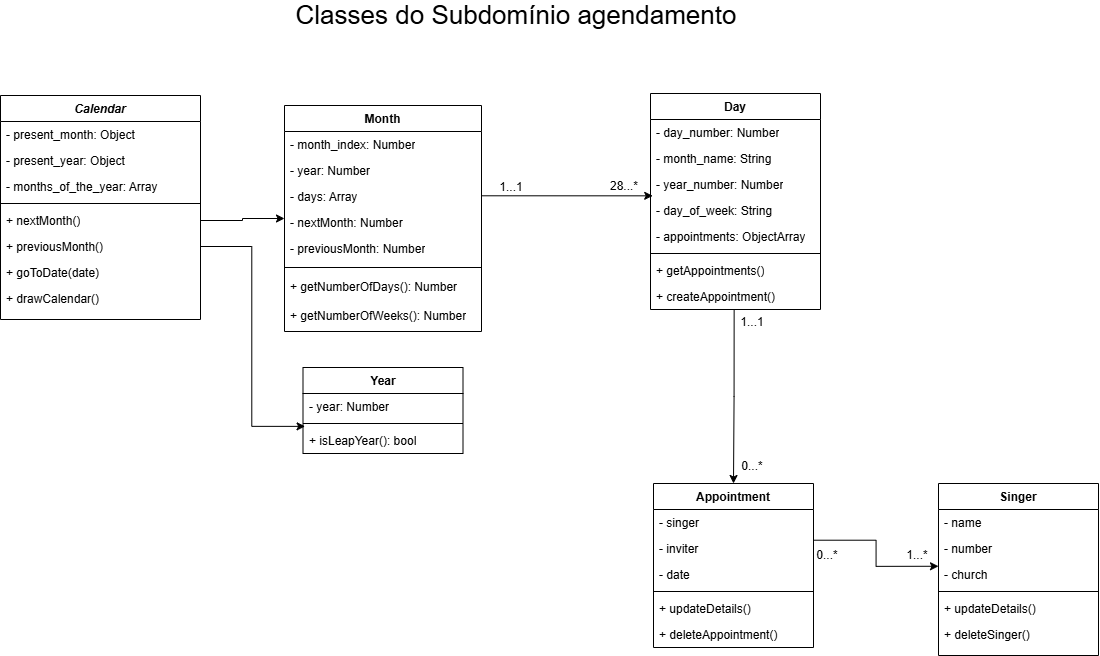
The draw.io diagram ClassDiagram.png in Gabriel7ven/modeling_calendar, before a commit. Source tidied: cells renumbered, new cells last; positions are measured from the earlier drawing's top-left corner, leaving out a move shared by most shapes.
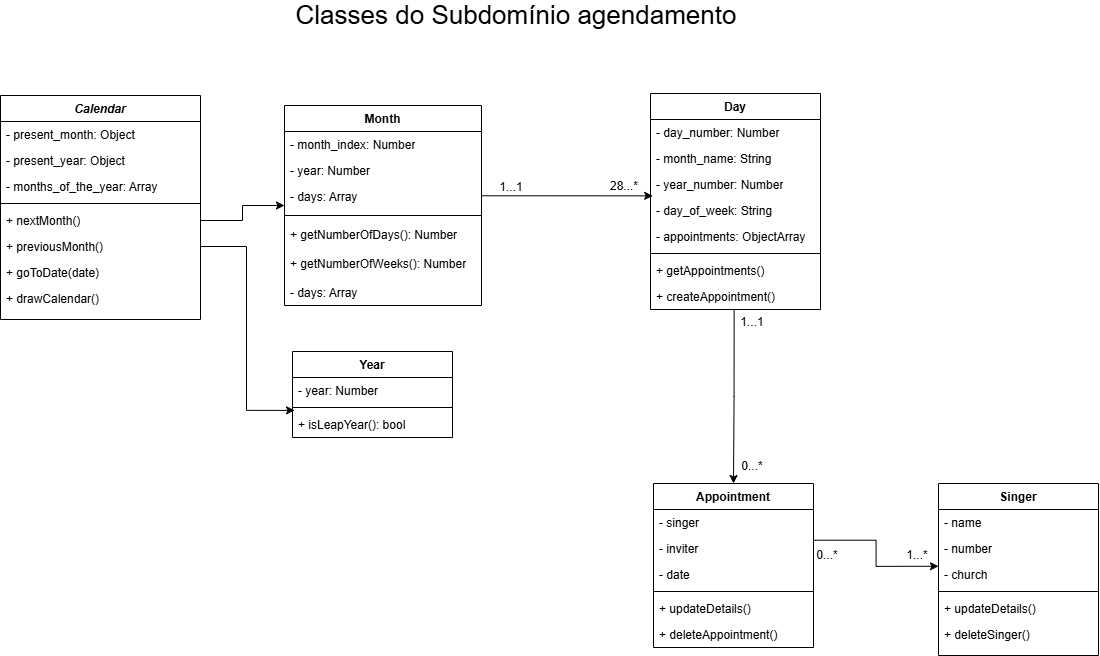
The same diagram one commit later.

Change to the diagram source:
```diff
@@ -6,7 +6,7 @@
       <mxGeometry x="178" width="676" height="30" as="geometry" />
     </mxCell>
     <mxCell id="3" value="Month" style="swimlane;fontStyle=1;align=center;verticalAlign=top;horizontal=1;startSize=26;whiteSpace=wrap;html=1;" parent="1" vertex="1">
-      <mxGeometry x="284" y="105" width="197" height="226" as="geometry" />
+      <mxGeometry x="284" y="105" width="197" height="200" as="geometry" />
     </mxCell>
     <mxCell id="4" value="- month_index: Number" style="text;strokeColor=none;fillColor=none;align=left;verticalAlign=top;spacingLeft=4;spacingRight=4;overflow=hidden;whiteSpace=wrap;html=1;" parent="3" vertex="1">
       <mxGeometry y="26" width="197" height="26" as="geometry" />
@@ -17,21 +17,18 @@
     <mxCell id="6" value="- days: Array" style="text;strokeColor=none;fillColor=none;align=left;verticalAlign=top;spacingLeft=4;spacingRight=4;overflow=hidden;whiteSpace=wrap;html=1;" parent="3" vertex="1">
       <mxGeometry y="78" width="197" height="26" as="geometry" />
     </mxCell>
-    <mxCell id="7" value="- nextMonth: Number" style="text;strokeColor=none;fillColor=none;align=left;verticalAlign=top;spacingLeft=4;spacingRight=4;overflow=hidden;whiteSpace=wrap;html=1;" parent="3" vertex="1">
-      <mxGeometry y="104" width="197" height="26" as="geometry" />
-    </mxCell>
-    <mxCell id="8" value="- previousMonth: Number" style="text;strokeColor=none;fillColor=none;align=left;verticalAlign=top;spacingLeft=4;spacingRight=4;overflow=hidden;whiteSpace=wrap;html=1;" parent="3" vertex="1">
-      <mxGeometry y="130" width="197" height="26" as="geometry" />
-    </mxCell>
     <mxCell id="9" style="line;strokeWidth=1;fillColor=none;align=left;verticalAlign=middle;spacingTop=-1;spacingLeft=3;spacingRight=3;labelPosition=right;strokeColor=inherit;" parent="3" vertex="1">
-      <mxGeometry y="156" width="197" height="12" as="geometry" />
+      <mxGeometry y="104" width="197" height="12" as="geometry" />
     </mxCell>
     <mxCell id="10" value="+ getNumberOfDays(): Number" style="text;strokeColor=none;fillColor=none;align=left;verticalAlign=top;spacingLeft=4;spacingRight=4;overflow=hidden;whiteSpace=wrap;html=1;" parent="3" vertex="1">
-      <mxGeometry y="168" width="197" height="29" as="geometry" />
+      <mxGeometry y="116" width="197" height="29" as="geometry" />
     </mxCell>
     <mxCell id="11" value="+ getNumberOfWeeks(): Number" style="text;strokeColor=none;fillColor=none;align=left;verticalAlign=top;spacingLeft=4;spacingRight=4;overflow=hidden;whiteSpace=wrap;html=1;" parent="3" vertex="1">
-      <mxGeometry y="197" width="197" height="29" as="geometry" />
+      <mxGeometry y="145" width="197" height="29" as="geometry" />
     </mxCell>
+    <mxCell id="8" value="- days: Array" style="text;strokeColor=none;fillColor=none;align=left;verticalAlign=top;spacingLeft=4;spacingRight=4;overflow=hidden;whiteSpace=wrap;html=1;" parent="3" vertex="1">
+      <mxGeometry y="174" width="197" height="26" as="geometry" />
+    </mxCell>
     <mxCell id="12" value="Day" style="swimlane;fontStyle=1;align=center;verticalAlign=top;horizontal=1;startSize=26;whiteSpace=wrap;html=1;" parent="1" vertex="1">
       <mxGeometry x="650" y="93" width="170" height="216" as="geometry" />
     </mxCell>
@@ -161,7 +158,7 @@
       <mxGeometry relative="1" as="geometry" />
     </mxCell>
     <mxCell id="54" value="Year" style="swimlane;fontStyle=1;align=center;verticalAlign=top;horizontal=1;startSize=26;whiteSpace=wrap;html=1;" parent="1" vertex="1">
-      <mxGeometry x="302.5" y="367" width="160" height="86" as="geometry" />
+      <mxGeometry x="292" y="351" width="160" height="86" as="geometry" />
     </mxCell>
     <mxCell id="55" value="- year: Number" style="text;strokeColor=none;fillColor=none;align=left;verticalAlign=top;spacingLeft=4;spacingRight=4;overflow=hidden;whiteSpace=wrap;html=1;" parent="54" vertex="1">
       <mxGeometry y="26" width="160" height="26" as="geometry" />
```
